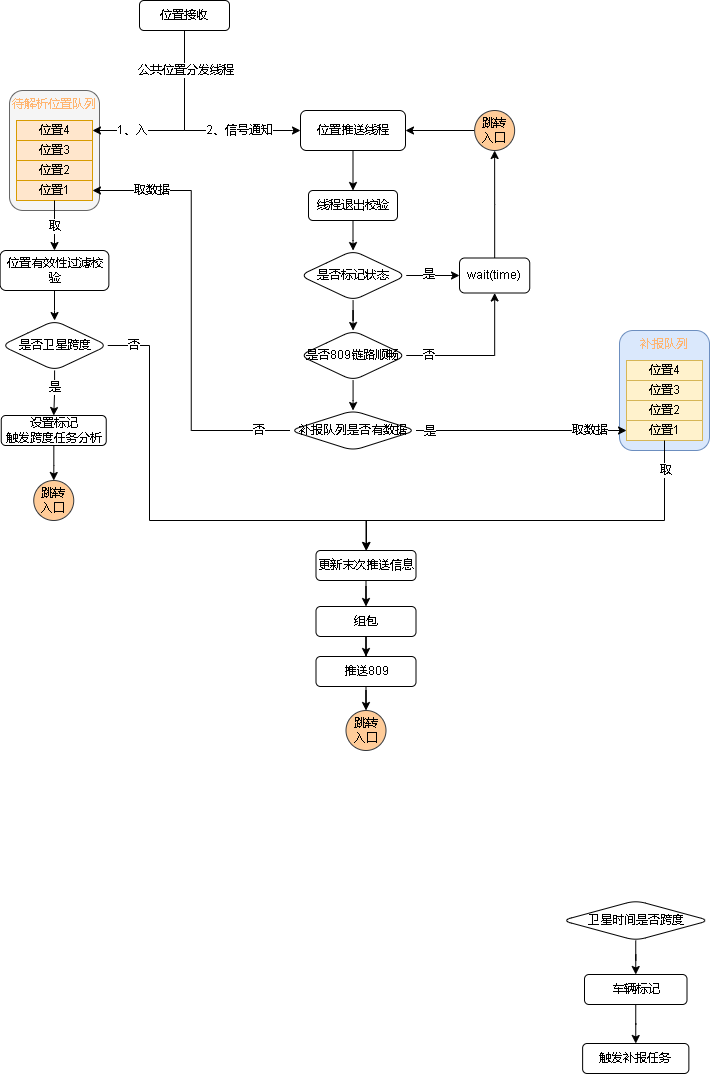
Above: 809数据跨度.drawio.png in xktder/draw (draw.io), before the change. Source tidied: cells renumbered, new cells last; positions are measured from the earlier drawing's top-left corner, leaving out a move shared by most shapes.
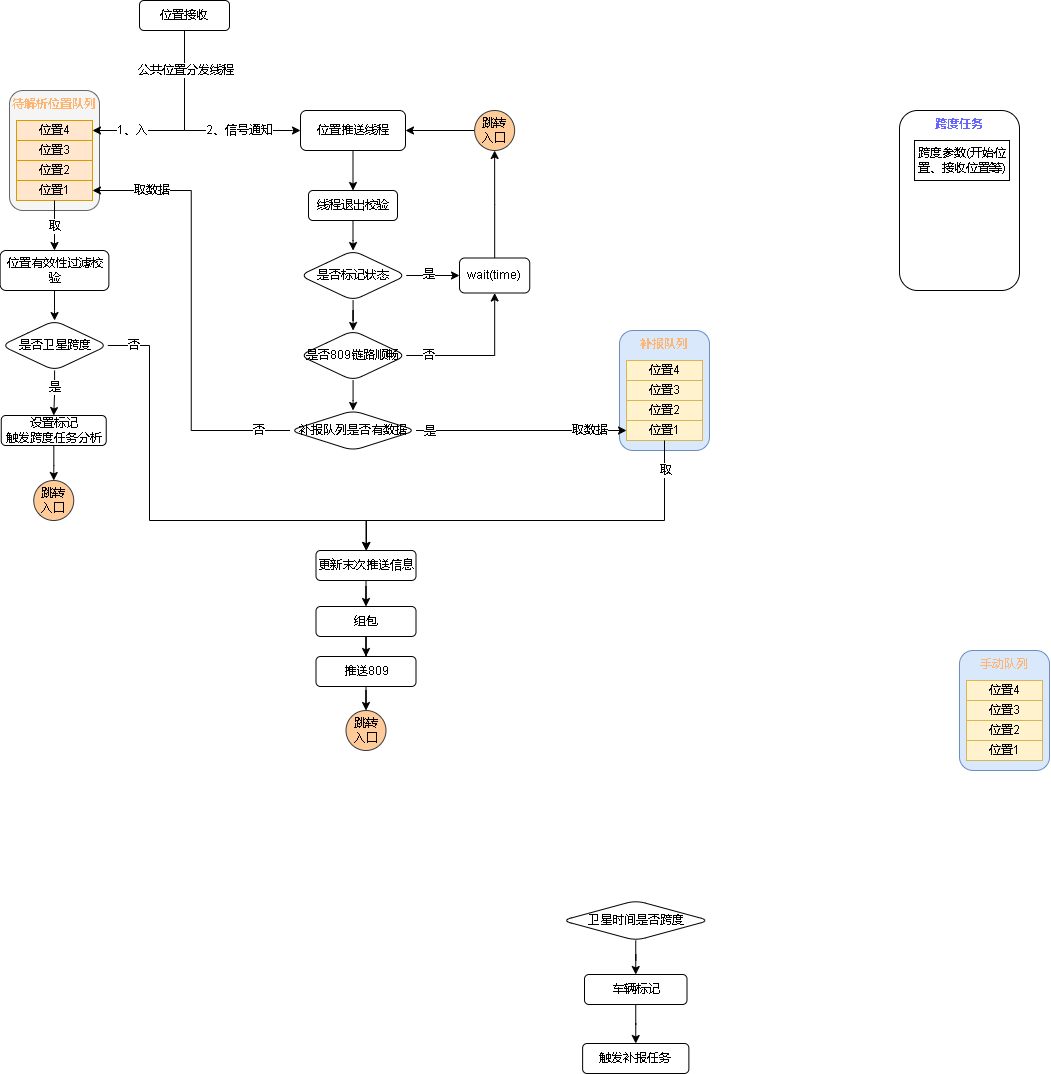
The same file after the commit.

Commit message:
更新809数据跨度.drawio.png

The edit, as a diff of the source:
```diff
@@ -36,7 +36,7 @@
     <mxCell id="10" style="group;" parent="1" vertex="1">
       <mxGeometry x="9" y="90" width="90" height="120" as="geometry" />
     </mxCell>
-    <mxCell id="11" value="&lt;font color=&quot;#ffb570&quot;&gt;待解析位置队列&lt;/font&gt;" style="rounded=1;whiteSpace=wrap;html=1;verticalAlign=top;fillColor=#f5f5f5;fontColor=#333333;strokeColor=#666666;" parent="10" vertex="1">
+    <mxCell id="11" value="&lt;font color=&quot;#ffb570&quot;&gt;&lt;b&gt;待解析位置队列&lt;/b&gt;&lt;/font&gt;" style="rounded=1;whiteSpace=wrap;html=1;verticalAlign=top;fillColor=#f5f5f5;fontColor=#333333;strokeColor=#666666;" parent="10" vertex="1">
       <mxGeometry width="90" height="120" as="geometry" />
     </mxCell>
     <mxCell id="12" value="&lt;font color=&quot;#000000&quot;&gt;位置4&lt;/font&gt;" style="rounded=0;whiteSpace=wrap;html=1;fillColor=#ffe6cc;strokeColor=#d79b00;" parent="10" vertex="1">
@@ -54,7 +54,7 @@
     <mxCell id="16" style="group;" parent="1" vertex="1">
       <mxGeometry x="619" y="330" width="90" height="120" as="geometry" />
     </mxCell>
-    <mxCell id="17" value="&lt;font color=&quot;#ffb570&quot;&gt;补报队列&lt;/font&gt;" style="rounded=1;whiteSpace=wrap;html=1;verticalAlign=top;fillColor=#dae8fc;strokeColor=#6c8ebf;" parent="16" vertex="1">
+    <mxCell id="17" value="&lt;font color=&quot;#ffb570&quot;&gt;&lt;b&gt;补报队列&lt;/b&gt;&lt;/font&gt;" style="rounded=1;whiteSpace=wrap;html=1;verticalAlign=top;fillColor=#dae8fc;strokeColor=#6c8ebf;" parent="16" vertex="1">
       <mxGeometry width="90" height="120" as="geometry" />
     </mxCell>
     <mxCell id="18" value="&lt;font color=&quot;#000000&quot;&gt;位置4&lt;/font&gt;" style="rounded=0;whiteSpace=wrap;html=1;fillColor=#fff2cc;strokeColor=#d6b656;" parent="16" vertex="1">
@@ -239,5 +239,29 @@
     <mxCell id="68" value="跳转&lt;br&gt;入口" style="ellipse;whiteSpace=wrap;html=1;fillColor=#ffcc99;strokeColor=#36393d;" parent="1" vertex="1">
       <mxGeometry x="345.5" y="710" width="40" height="40" as="geometry" />
     </mxCell>
+    <mxCell id="69" style="group;" parent="1" vertex="1">
+      <mxGeometry x="959" y="650" width="90" height="120" as="geometry" />
+    </mxCell>
+    <mxCell id="70" value="&lt;font color=&quot;#ffb570&quot;&gt;手动队列&lt;/font&gt;" style="rounded=1;whiteSpace=wrap;html=1;verticalAlign=top;fillColor=#dae8fc;strokeColor=#6c8ebf;" parent="69" vertex="1">
+      <mxGeometry width="90" height="120" as="geometry" />
+    </mxCell>
+    <mxCell id="71" value="&lt;font color=&quot;#000000&quot;&gt;位置4&lt;/font&gt;" style="rounded=0;whiteSpace=wrap;html=1;fillColor=#fff2cc;strokeColor=#d6b656;" parent="69" vertex="1">
+      <mxGeometry x="7" y="30" width="76" height="20" as="geometry" />
+    </mxCell>
+    <mxCell id="72" value="&lt;font color=&quot;#000000&quot;&gt;位置3&lt;/font&gt;" style="rounded=0;whiteSpace=wrap;html=1;fillColor=#fff2cc;strokeColor=#d6b656;" parent="69" vertex="1">
+      <mxGeometry x="7" y="50" width="76" height="20" as="geometry" />
+    </mxCell>
+    <mxCell id="73" value="&lt;font color=&quot;#000000&quot;&gt;位置2&lt;/font&gt;" style="rounded=0;whiteSpace=wrap;html=1;fillColor=#fff2cc;strokeColor=#d6b656;" parent="69" vertex="1">
+      <mxGeometry x="7" y="70" width="76" height="20" as="geometry" />
+    </mxCell>
+    <mxCell id="74" value="&lt;font color=&quot;#000000&quot;&gt;位置1&lt;/font&gt;" style="rounded=0;whiteSpace=wrap;html=1;fillColor=#fff2cc;strokeColor=#d6b656;" parent="69" vertex="1">
+      <mxGeometry x="7" y="90" width="76" height="20" as="geometry" />
+    </mxCell>
+    <mxCell id="75" value="跨度任务" style="rounded=1;whiteSpace=wrap;html=1;fontColor=#6666FF;verticalAlign=top;fontStyle=1;" parent="1" vertex="1">
+      <mxGeometry x="899" y="110" width="120" height="180" as="geometry" />
+    </mxCell>
+    <mxCell id="76" value="&lt;font color=&quot;#000000&quot;&gt;跨度参数(开始位置、接收位置等)&lt;/font&gt;" style="rounded=0;whiteSpace=wrap;html=1;fontColor=#6666FF;" parent="1" vertex="1">
+      <mxGeometry x="914" y="140" width="95" height="40" as="geometry" />
+    </mxCell>
   </root>
 </mxGraphModel>
```
